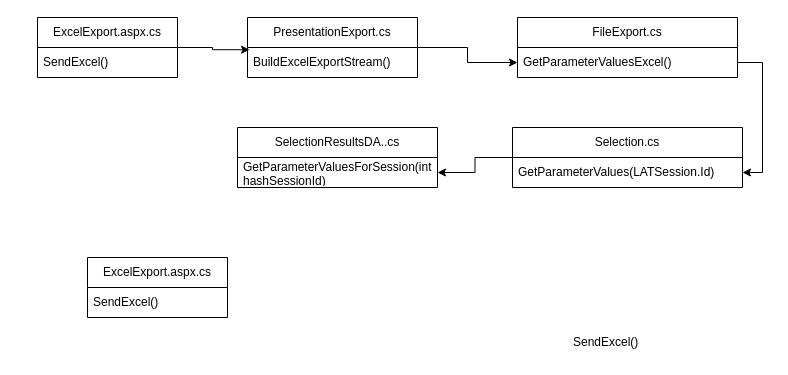
This is individal.drawio from zpjune/Diagrams, a draw.io file, before an edit. Source tidied: cells renumbered, new cells numbered last; positions are measured from the earlier drawing's top-left corner, leaving out a move shared by most shapes. Both pictures are drawn from the tidied source at 100%, with x=0, y=0 at pixel (37, 17).
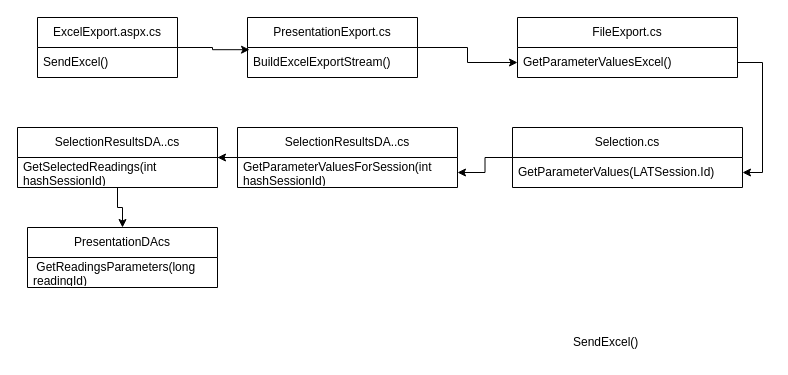
After the change.

The edit, as a diff of the source:
```diff
@@
-    <mxCell id="10" value="ExcelExport.aspx.cs" style="swimlane;fontStyle=0;horizontal=1;startSize=30;whiteSpace=wrap;html=1;" parent="1" vertex="1">
-      <mxGeometry x="50" y="240" width="140" height="60" as="geometry" />
+    <mxCell id="10" value="PresentationDAcs" style="swimlane;fontStyle=0;horizontal=1;startSize=30;whiteSpace=wrap;html=1;" parent="1" vertex="1">
+      <mxGeometry x="-10" y="210" width="190" height="60" as="geometry" />
     </mxCell>
-    <mxCell id="11" value="SendExcel()" style="text;strokeColor=none;fillColor=none;align=left;verticalAlign=middle;spacingLeft=4;spacingRight=4;overflow=hidden;whiteSpace=wrap;html=1;" parent="10" vertex="1">
-      <mxGeometry y="30" width="140" height="30" as="geometry" />
+    <mxCell id="11" value="&amp;nbsp;GetReadingsParameters(long readingId)" style="text;strokeColor=none;fillColor=none;align=left;verticalAlign=middle;spacingLeft=4;spacingRight=4;overflow=hidden;whiteSpace=wrap;html=1;" parent="10" vertex="1">
+      <mxGeometry y="30" width="190" height="30" as="geometry" />
     </mxCell>
@@
+    <mxCell id="19" style="edgeStyle=orthogonalEdgeStyle;rounded=0;jettySize=auto;html=1;entryX=1;entryY=0.5;entryDx=0;entryDy=0;" parent="1" edge="1" source="16" target="21">
+      <mxGeometry relative="1" as="geometry" />
+    </mxCell>
     <mxCell id="16" value="SelectionResultsDA..cs" style="swimlane;fontStyle=0;horizontal=1;startSize=30;whiteSpace=wrap;html=1;" parent="1" vertex="1">
-      <mxGeometry x="200" y="110" width="200" height="60" as="geometry" />
+      <mxGeometry x="200" y="110" width="220" height="60" as="geometry" />
     </mxCell>
     <mxCell id="17" value="GetParameterValuesForSession(int hashSessionId)" style="text;strokeColor=none;fillColor=none;align=left;verticalAlign=middle;spacingLeft=4;spacingRight=4;overflow=hidden;points=[[0,0.5],[1,0.5]];portConstraint=eastwest;whiteSpace=wrap;html=1;" parent="16" vertex="1">
-      <mxGeometry y="30" width="200" height="30" as="geometry" />
+      <mxGeometry y="30" width="220" height="30" as="geometry" />
     </mxCell>
@@
+    <mxCell id="20" style="edgeStyle=orthogonalEdgeStyle;rounded=0;jettySize=auto;html=1;entryX=0.5;entryY=0;entryDx=0;entryDy=0;" parent="1" edge="1" source="21" target="10">
+      <mxGeometry relative="1" as="geometry" />
+    </mxCell>
+    <mxCell id="21" value="SelectionResultsDA..cs" style="swimlane;fontStyle=0;horizontal=1;startSize=30;whiteSpace=wrap;html=1;" parent="1" vertex="1">
+      <mxGeometry x="-20" y="110" width="200" height="60" as="geometry" />
+    </mxCell>
+    <mxCell id="22" value="GetSelectedReadings(int hashSessionId)" style="text;strokeColor=none;fillColor=none;align=left;verticalAlign=middle;spacingLeft=4;spacingRight=4;overflow=hidden;whiteSpace=wrap;html=1;" parent="21" vertex="1">
+      <mxGeometry y="30" width="200" height="30" as="geometry" />
+    </mxCell>
```
